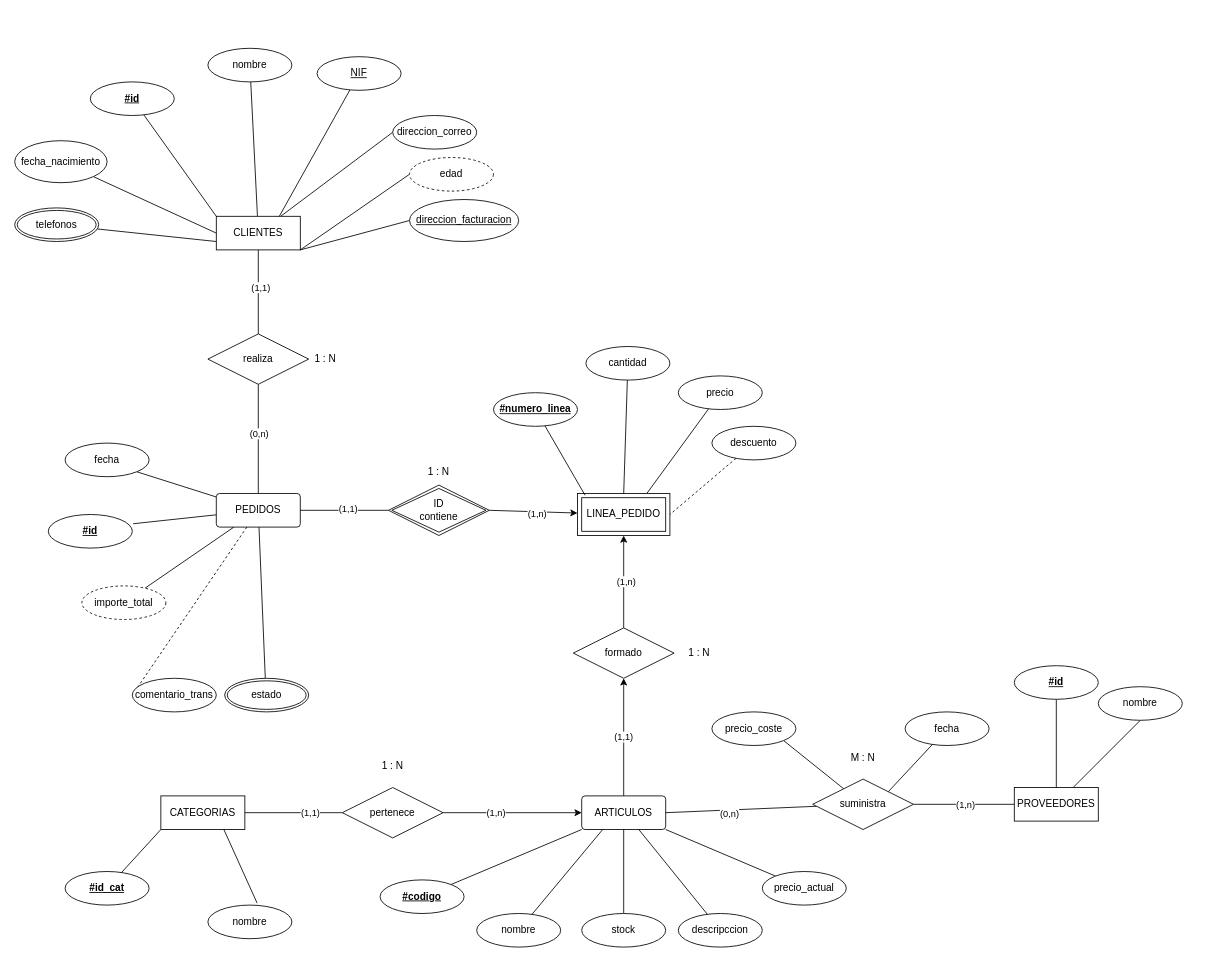
carlos7102008/Base-de-datos-26-27 keeps this draw.io diagram as Primer trimestre/TEMA 03/EJERCICIOS/Ejercicio_1_examen_03_cmarcoz_05.drawio. Above is the earlier version. Source tidied: cells renumbered, new cells numbered last; positions are measured from the earlier drawing's top-left corner, leaving out a move shared by most shapes. Both pictures are drawn from the tidied source at 84%, with x=0, y=0 at pixel (14, 48).
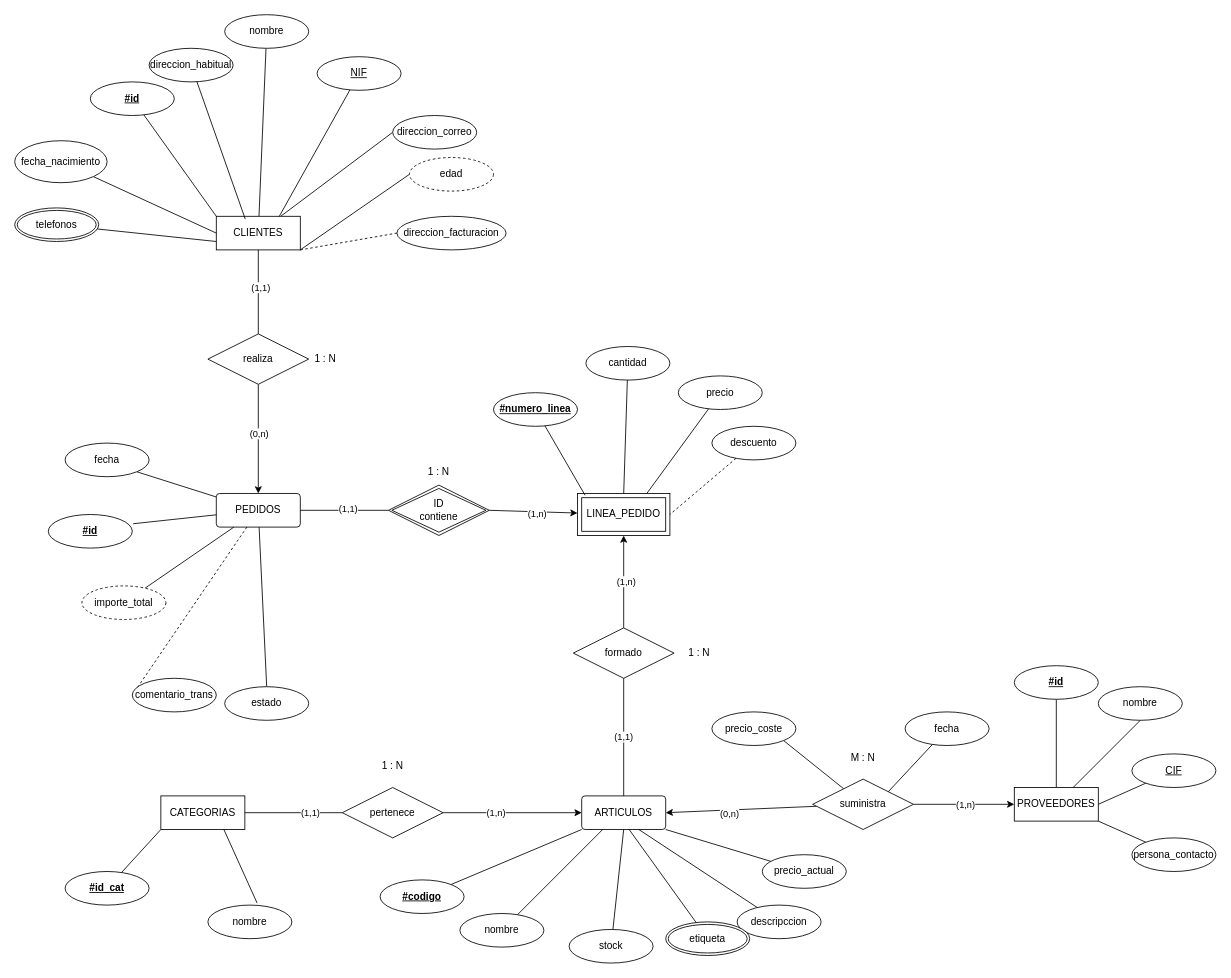
Above is the later version.

The change refers to these unchanged cells:
```xml
<mxCell id="5" value="CLIENTES" style="whiteSpace=wrap;html=1;align=center;" parent="1" vertex="1">
  <mxGeometry x="240" y="200" width="100" height="40" as="geometry" />
</mxCell>
<mxCell id="25" value="PEDIDOS" style="rounded=1;arcSize=10;whiteSpace=wrap;html=1;align=center;roundedPerimeter=1;" parent="1" vertex="1">
  <mxGeometry x="240" y="530" width="100" height="40" as="geometry" />
</mxCell>
<mxCell id="34" value="realiza" style="shape=rhombus;perimeter=rhombusPerimeter;whiteSpace=wrap;html=1;align=center;" parent="1" vertex="1">
  <mxGeometry x="230" y="340" width="120" height="60" as="geometry" />
</mxCell>
<mxCell id="53" value="formado" style="shape=rhombus;perimeter=rhombusPerimeter;whiteSpace=wrap;html=1;align=center;" parent="1" vertex="1">
  <mxGeometry x="665" y="690" width="120" height="60" as="geometry" />
</mxCell>
<mxCell id="58" value="ARTICULOS" style="rounded=1;arcSize=10;whiteSpace=wrap;html=1;align=center;roundedPerimeter=1;" parent="1" vertex="1">
  <mxGeometry x="675" y="890" width="100" height="40" as="geometry" />
</mxCell>
<mxCell id="82" value="suministra" style="shape=rhombus;perimeter=rhombusPerimeter;whiteSpace=wrap;html=1;align=center;" parent="1" vertex="1">
  <mxGeometry x="950" y="870" width="120" height="60" as="geometry" />
</mxCell>
<mxCell id="87" value="PROVEEDORES" style="whiteSpace=wrap;html=1;align=center;" parent="1" vertex="1">
  <mxGeometry x="1190" y="880" width="100" height="40" as="geometry" />
</mxCell>
```

The edit, as a diff of the source:
```diff
@@
-    <mxCell id="4" style="edgeStyle=none;rounded=0;jettySize=auto;html=1;entryX=0;entryY=0.5;entryDx=0;entryDy=0;defaultLabelBackgroundColor=page;labelPadding=0 4;exitX=1;exitY=1;exitDx=0;exitDy=0;endArrow=none;endFill=0;" parent="1" edge="1" source="5" target="18">
+    <mxCell id="4" style="edgeStyle=none;rounded=0;jettySize=auto;html=1;entryX=0;entryY=0.5;entryDx=0;entryDy=0;defaultLabelBackgroundColor=page;labelPadding=0 4;exitX=1;exitY=1;exitDx=0;exitDy=0;endArrow=none;endFill=0;dashed=1;" parent="1" edge="1" source="5" target="18">
       <mxGeometry relative="1" as="geometry" />
     </mxCell>
@@
     <mxCell id="8" value="nombre" style="ellipse;whiteSpace=wrap;html=1;align=center;" parent="1" vertex="1">
-      <mxGeometry x="230" width="100" height="40" as="geometry" />
+      <mxGeometry x="250" y="-40" width="100" height="40" as="geometry" />
     </mxCell>
@@
-    <mxCell id="18" value="direccion_facturacion" style="ellipse;whiteSpace=wrap;html=1;align=center;fontStyle=20;" parent="1" vertex="1">
-      <mxGeometry x="470" y="180" width="130" height="50" as="geometry" />
-    </mxCell>
@@
-    <mxCell id="21" style="edgeStyle=none;rounded=0;jettySize=auto;html=1;entryX=0.5;entryY=1;entryDx=0;entryDy=0;defaultLabelBackgroundColor=page;labelPadding=0 4;endArrow=none;endFill=0;" parent="1" edge="1" source="25" target="28">
+    <mxCell id="21" style="edgeStyle=none;rounded=0;jettySize=auto;html=1;defaultLabelBackgroundColor=page;labelPadding=0 4;endArrow=none;endFill=0;entryX=0.5;entryY=0;entryDx=0;entryDy=0;" parent="1" edge="1" source="25" target="28">
       <mxGeometry relative="1" as="geometry" />
     </mxCell>
@@
-    <mxCell id="23" style="edgeStyle=none;rounded=0;jettySize=auto;html=1;entryX=0.5;entryY=1;entryDx=0;entryDy=0;defaultLabelBackgroundColor=page;labelPadding=0 4;endArrow=none;endFill=0;" parent="1" edge="1" source="25" target="34">
+    <mxCell id="23" style="edgeStyle=none;rounded=0;jettySize=auto;html=1;entryX=0.5;entryY=1;entryDx=0;entryDy=0;defaultLabelBackgroundColor=page;labelPadding=0 4;endArrow=none;endFill=0;startArrow=classic;startFill=1;" parent="1" edge="1" source="25" target="34">
       <mxGeometry relative="1" as="geometry" />
     </mxCell>
@@
-    <mxCell id="28" value="estado" style="ellipse;shape=doubleEllipse;margin=3;whiteSpace=wrap;html=1;align=center;" parent="1" vertex="1">
-      <mxGeometry x="250" y="750" width="100" height="40" as="geometry" />
-    </mxCell>
@@
-    <mxCell id="54" style="edgeStyle=none;rounded=0;jettySize=auto;html=1;entryX=0.5;entryY=1;entryDx=0;entryDy=0;defaultLabelBackgroundColor=page;labelPadding=0 4;" parent="1" edge="1" source="58" target="53">
+    <mxCell id="54" style="edgeStyle=none;rounded=0;jettySize=auto;html=1;entryX=0.5;entryY=1;entryDx=0;entryDy=0;defaultLabelBackgroundColor=page;labelPadding=0 4;endArrow=none;endFill=0;" parent="1" edge="1" source="58" target="53">
       <mxGeometry relative="1" as="geometry" />
     </mxCell>
@@
     <mxCell id="63" value="nombre" style="ellipse;whiteSpace=wrap;html=1;align=center;" parent="1" vertex="1">
-      <mxGeometry x="550" y="1030" width="100" height="40" as="geometry" />
+      <mxGeometry x="530" y="1030" width="100" height="40" as="geometry" />
     </mxCell>
@@
     <mxCell id="65" value="descripccion" style="ellipse;whiteSpace=wrap;html=1;align=center;" parent="1" vertex="1">
-      <mxGeometry x="790" y="1030" width="100" height="40" as="geometry" />
+      <mxGeometry x="860" y="1020" width="100" height="40" as="geometry" />
     </mxCell>
@@
     <mxCell id="67" value="precio_actual" style="ellipse;whiteSpace=wrap;html=1;align=center;" parent="1" vertex="1">
-      <mxGeometry x="890" y="980" width="100" height="40" as="geometry" />
+      <mxGeometry x="890" y="960" width="100" height="40" as="geometry" />
     </mxCell>
@@
     <mxCell id="69" value="stock" style="ellipse;whiteSpace=wrap;html=1;align=center;" parent="1" vertex="1">
-      <mxGeometry x="675" y="1030" width="100" height="40" as="geometry" />
+      <mxGeometry x="660" y="1049" width="100" height="40" as="geometry" />
     </mxCell>
@@
-    <mxCell id="79" style="edgeStyle=none;rounded=0;jettySize=auto;html=1;entryX=1;entryY=0.5;entryDx=0;entryDy=0;defaultLabelBackgroundColor=page;labelPadding=0 4;endArrow=none;endFill=0;" parent="1" edge="1" source="82" target="58">
+    <mxCell id="79" style="edgeStyle=none;rounded=0;jettySize=auto;html=1;entryX=1;entryY=0.5;entryDx=0;entryDy=0;defaultLabelBackgroundColor=page;labelPadding=0 4;endArrow=classic;endFill=1;startArrow=none;startFill=0;" parent="1" edge="1" source="82" target="58">
       <mxGeometry relative="1" as="geometry" />
     </mxCell>
@@
-    <mxCell id="83" style="edgeStyle=none;rounded=0;jettySize=auto;html=1;entryX=1;entryY=0.5;entryDx=0;entryDy=0;defaultLabelBackgroundColor=page;labelPadding=0 4;endArrow=none;endFill=0;" parent="1" edge="1" source="87" target="82">
+    <mxCell id="83" style="edgeStyle=none;rounded=0;jettySize=auto;html=1;entryX=1;entryY=0.5;entryDx=0;entryDy=0;defaultLabelBackgroundColor=page;labelPadding=0 4;endArrow=none;endFill=0;startArrow=classic;startFill=1;" parent="1" edge="1" source="87" target="82">
       <mxGeometry relative="1" as="geometry" />
     </mxCell>
@@
+    <mxCell id="94" style="edgeStyle=none;rounded=0;jettySize=auto;html=1;entryX=1;entryY=0.5;entryDx=0;entryDy=0;defaultLabelBackgroundColor=page;labelPadding=0 4;endArrow=none;endFill=0;" parent="1" edge="1" source="95" target="87">
+      <mxGeometry relative="1" as="geometry" />
+    </mxCell>
+    <mxCell id="95" value="CIF" style="ellipse;whiteSpace=wrap;html=1;align=center;fontStyle=20;" parent="1" vertex="1">
+      <mxGeometry x="1330" y="840" width="100" height="40" as="geometry" />
+    </mxCell>
+    <mxCell id="96" style="edgeStyle=none;rounded=0;jettySize=auto;html=1;entryX=1;entryY=1;entryDx=0;entryDy=0;defaultLabelBackgroundColor=page;labelPadding=0 4;endArrow=none;endFill=0;" parent="1" edge="1" source="97" target="87">
+      <mxGeometry relative="1" as="geometry" />
+    </mxCell>
+    <mxCell id="97" value="persona_contacto" style="ellipse;whiteSpace=wrap;html=1;align=center;" parent="1" vertex="1">
+      <mxGeometry x="1330" y="940" width="100" height="40" as="geometry" />
+    </mxCell>
+    <mxCell id="98" style="edgeStyle=none;rounded=0;jettySize=auto;html=1;entryX=0.57;entryY=1.042;entryDx=0;entryDy=0;defaultLabelBackgroundColor=page;labelPadding=0 4;endArrow=none;endFill=0;" parent="1" edge="1" source="99" target="58">
+      <mxGeometry relative="1" as="geometry" />
+    </mxCell>
+    <mxCell id="99" value="etiqueta" style="ellipse;shape=doubleEllipse;margin=3;whiteSpace=wrap;html=1;align=center;" parent="1" vertex="1">
+      <mxGeometry x="775" y="1040" width="100" height="40" as="geometry" />
+    </mxCell>
+    <mxCell id="18" value="direccion_facturacion" style="ellipse;whiteSpace=wrap;html=1;align=center;" parent="1" vertex="1">
+      <mxGeometry x="455" y="200" width="130" height="40" as="geometry" />
+    </mxCell>
+    <mxCell id="100" value="direccion_habitual" style="ellipse;whiteSpace=wrap;html=1;align=center;" parent="1" vertex="1">
+      <mxGeometry x="160" width="100" height="40" as="geometry" />
+    </mxCell>
+    <mxCell id="101" style="edgeStyle=none;rounded=0;jettySize=auto;html=1;entryX=0.345;entryY=0.083;entryDx=0;entryDy=0;entryPerimeter=0;defaultLabelBackgroundColor=page;labelPadding=0 4;endArrow=none;endFill=0;" parent="1" edge="1" source="100" target="5">
+      <mxGeometry relative="1" as="geometry" />
+    </mxCell>
+    <mxCell id="28" value="estado" style="ellipse;whiteSpace=wrap;html=1;align=center;" parent="1" vertex="1">
+      <mxGeometry x="250" y="760" width="100" height="40" as="geometry" />
+    </mxCell>
```
